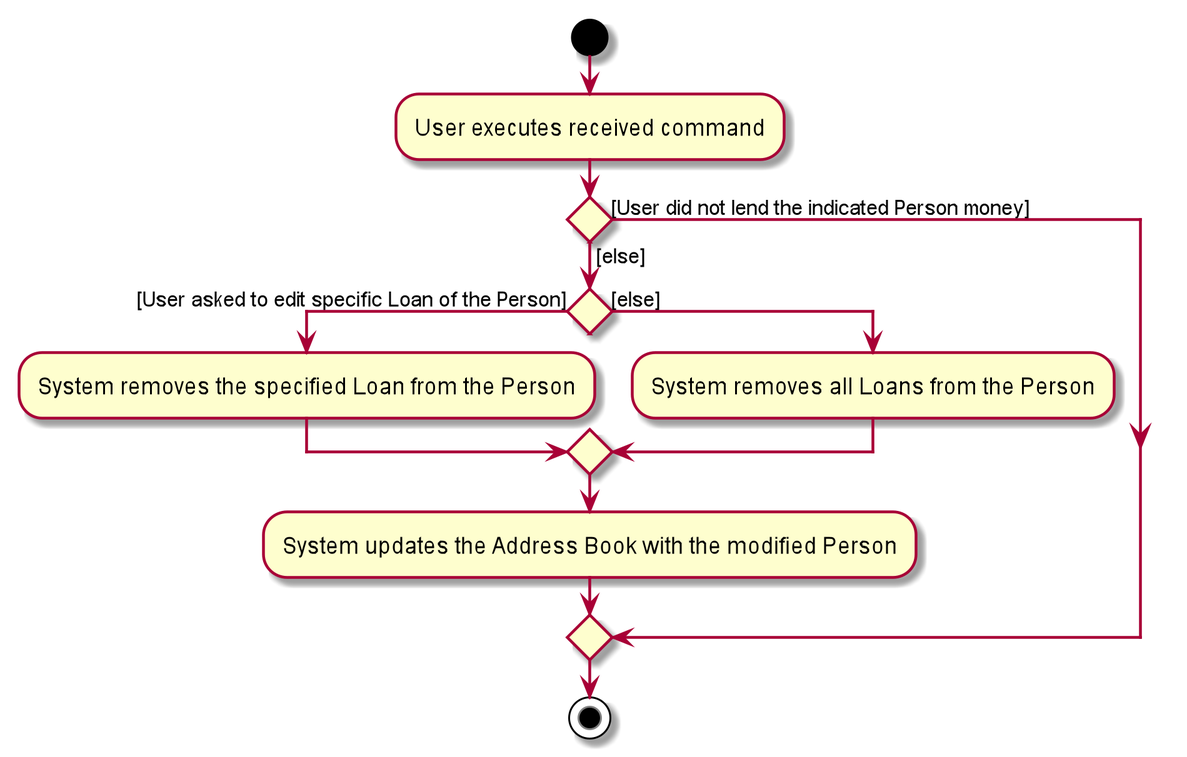
syinyichen/main keeps this PlantUML diagram as docs/images/ReceivedActivityDiagram.png. Above is the earlier version.
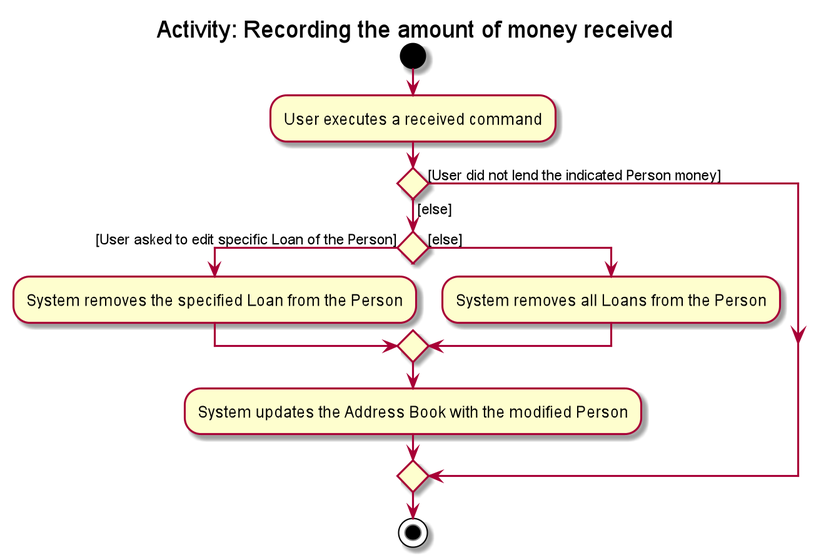
After the change.

Diff of the diagram source:
```diff
@@ -1,6 +1,7 @@
 @startuml
+title Activity: Recording the amount of money received
 start
-:User executes received command;
+:User executes a received command;
 
 if () then ([User did not lend the indicated Person money])
 else ([else])
```
